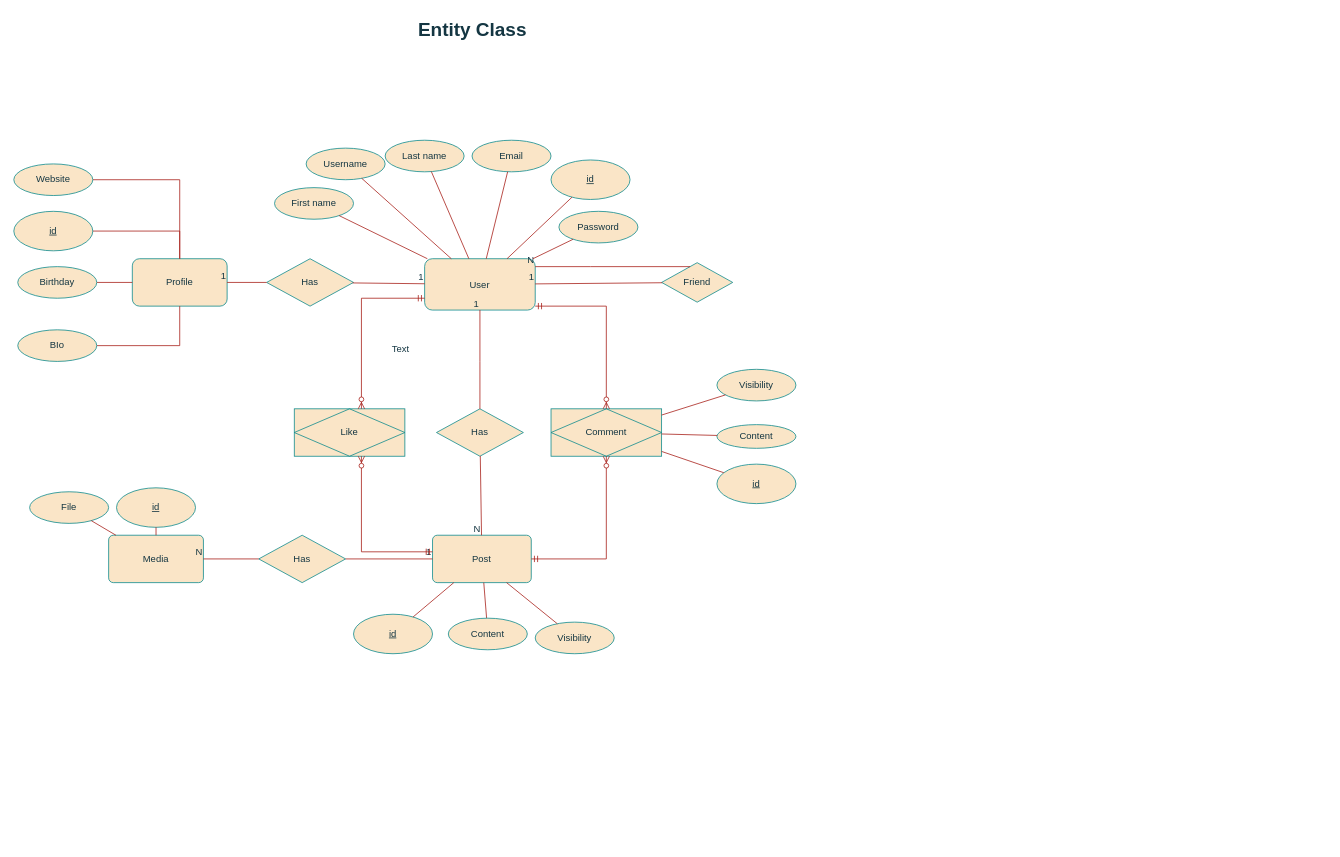
Earlier version of the draw.io diagram SocialMedia.drawio (TranThanhHoang123/SocialMedia). Source tidied: cells renumbered, new cells numbered last; positions are measured from the earlier drawing's top-left corner, leaving out a move shared by most shapes. Both pictures are drawn from the tidied source at 79%, with x=0, y=0 at pixel (13, 13).
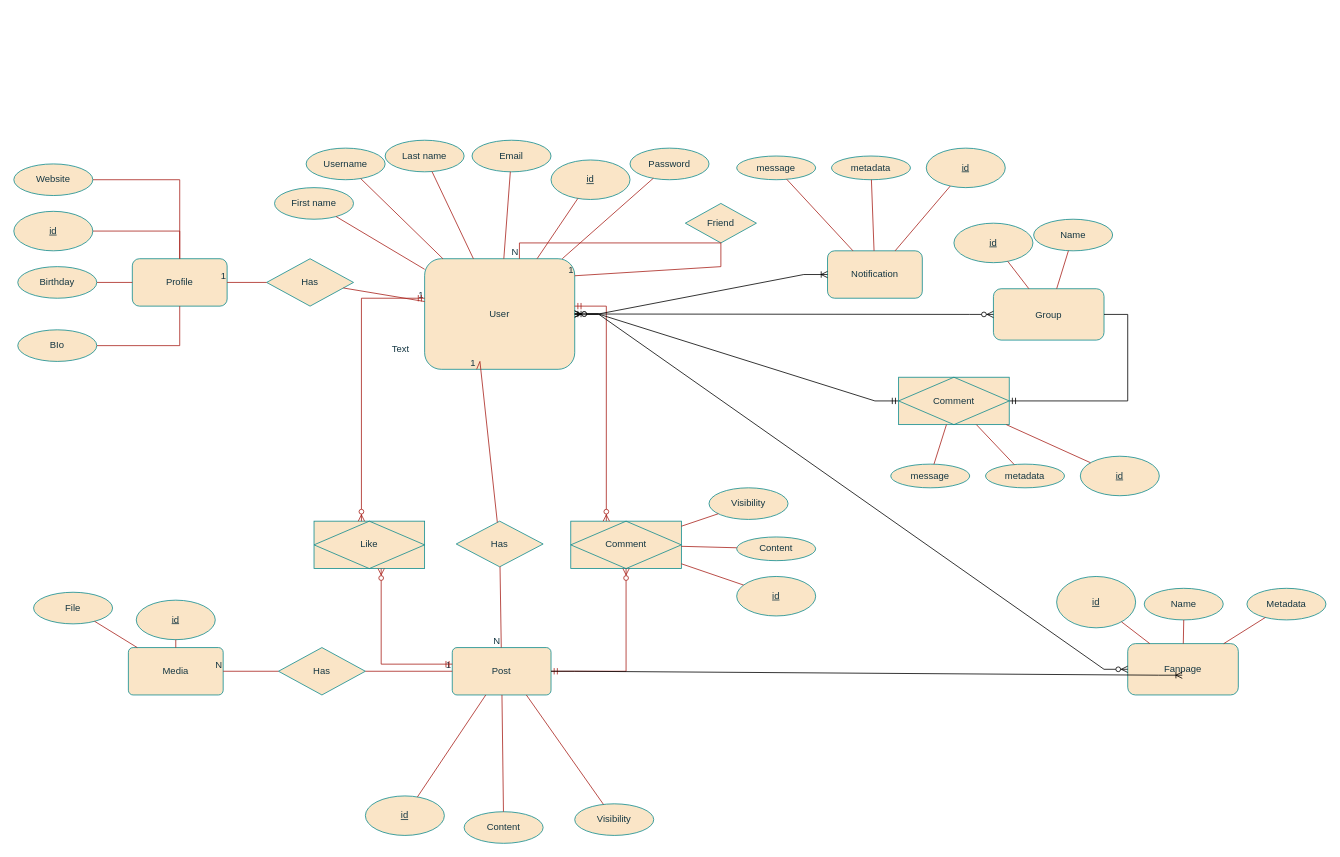
Above is the later version.

Diff of the diagram source:
```diff
@@
     <mxCell id="2" value="User" style="rounded=1;whiteSpace=wrap;html=1;labelBackgroundColor=none;fillColor=#FAE5C7;strokeColor=#0F8B8D;fontColor=#143642;" parent="1" vertex="1">
-      <mxGeometry x="520" y="310" width="140" height="65" as="geometry" />
+      <mxGeometry x="520" y="310" width="190" height="140" as="geometry" />
     </mxCell>
@@
     <mxCell id="5" value="Post" style="rounded=1;arcSize=10;whiteSpace=wrap;html=1;align=center;labelBackgroundColor=none;fillColor=#FAE5C7;strokeColor=#0F8B8D;fontColor=#143642;" parent="1" vertex="1">
-      <mxGeometry x="530" y="660" width="125" height="60" as="geometry" />
+      <mxGeometry x="555" y="802.2" width="125" height="60" as="geometry" />
     </mxCell>
     <mxCell id="6" value="Has" style="shape=rhombus;perimeter=rhombusPerimeter;whiteSpace=wrap;html=1;align=center;strokeWidth=1;labelBackgroundColor=none;fillColor=#FAE5C7;strokeColor=#0F8B8D;fontColor=#143642;" parent="1" vertex="1">
-      <mxGeometry x="535" y="500" width="110" height="60" as="geometry" />
+      <mxGeometry x="560" y="642.2" width="110" height="57.8" as="geometry" />
     </mxCell>
@@
     <mxCell id="25" value="Friend" style="shape=rhombus;perimeter=rhombusPerimeter;whiteSpace=wrap;html=1;align=center;strokeWidth=1;labelBackgroundColor=none;fillColor=#FAE5C7;strokeColor=#0F8B8D;fontColor=#143642;" parent="1" vertex="1">
-      <mxGeometry x="820" y="315" width="90" height="50" as="geometry" />
+      <mxGeometry x="850" y="240" width="90" height="50" as="geometry" />
     </mxCell>
-    <mxCell id="26" style="endArrow=none;html=1;rounded=0;labelBackgroundColor=none;strokeColor=#A8201A;fontColor=default;" parent="1" edge="1" source="25" target="2">
-      <mxGeometry relative="1" as="geometry" />
+    <mxCell id="26" style="endArrow=none;html=1;rounded=0;labelBackgroundColor=none;strokeColor=#A8201A;fontColor=default;entryX=1;entryY=0.154;entryDx=0;entryDy=0;entryPerimeter=0;" parent="1" edge="1" source="25" target="2">
+      <mxGeometry relative="1" as="geometry">
+        <Array as="points">
+          <mxPoint x="895" y="320" />
+        </Array>
+      </mxGeometry>
     </mxCell>
@@
     <mxCell id="28" style="endArrow=none;html=1;rounded=0;labelBackgroundColor=none;strokeColor=#A8201A;fontColor=default;edgeStyle=elbowEdgeStyle;" parent="1" edge="1" source="25" target="2">
       <mxGeometry relative="1" as="geometry">
         <Array as="points">
-          <mxPoint x="730" y="320" />
+          <mxPoint x="640" y="290" />
         </Array>
       </mxGeometry>
     </mxCell>
@@
     <mxCell id="35" value="Password" style="ellipse;whiteSpace=wrap;html=1;align=center;labelBackgroundColor=none;fillColor=#FAE5C7;strokeColor=#0F8B8D;fontColor=#143642;" parent="1" vertex="1">
-      <mxGeometry x="690" y="250" width="100" height="40" as="geometry" />
+      <mxGeometry x="780" y="170" width="100" height="40" as="geometry" />
     </mxCell>
@@
     <mxCell id="42" value="id" style="ellipse;whiteSpace=wrap;html=1;align=center;fontStyle=4;labelBackgroundColor=none;fillColor=#FAE5C7;strokeColor=#0F8B8D;fontColor=#143642;" parent="1" vertex="1">
-      <mxGeometry x="430" y="760" width="100" height="50" as="geometry" />
+      <mxGeometry x="445" y="990" width="100" height="50" as="geometry" />
     </mxCell>
@@
-    <mxCell id="44" style="endArrow=none;html=1;rounded=0;strokeColor=#A8201A;fontColor=#143642;fillColor=#FAE5C7;" parent="1" edge="1" source="45" target="5">
-      <mxGeometry relative="1" as="geometry" />
-    </mxCell>
     <mxCell id="45" value="Content" style="ellipse;whiteSpace=wrap;html=1;align=center;labelBackgroundColor=none;fillColor=#FAE5C7;strokeColor=#0F8B8D;fontColor=#143642;" parent="1" vertex="1">
-      <mxGeometry x="550" y="765" width="100" height="40" as="geometry" />
+      <mxGeometry x="570" y="1010" width="100" height="40" as="geometry" />
     </mxCell>
     <mxCell id="46" value="Visibility" style="ellipse;whiteSpace=wrap;html=1;align=center;labelBackgroundColor=none;fillColor=#FAE5C7;strokeColor=#0F8B8D;fontColor=#143642;" parent="1" vertex="1">
-      <mxGeometry x="660" y="770" width="100" height="40" as="geometry" />
+      <mxGeometry x="710" y="1000" width="100" height="40" as="geometry" />
     </mxCell>
     <mxCell id="47" value="Media" style="rounded=1;arcSize=10;whiteSpace=wrap;html=1;align=center;strokeColor=#0F8B8D;fontColor=#143642;fillColor=#FAE5C7;" parent="1" vertex="1">
-      <mxGeometry x="120" y="660" width="120" height="60" as="geometry" />
+      <mxGeometry x="145" y="802.2" width="120" height="60" as="geometry" />
     </mxCell>
     <mxCell id="48" value="Has" style="shape=rhombus;perimeter=rhombusPerimeter;whiteSpace=wrap;html=1;align=center;strokeWidth=1;labelBackgroundColor=none;fillColor=#FAE5C7;strokeColor=#0F8B8D;fontColor=#143642;" parent="1" vertex="1">
-      <mxGeometry x="310" y="660" width="110" height="60" as="geometry" />
+      <mxGeometry x="335" y="802.2" width="110" height="60" as="geometry" />
     </mxCell>
@@
     <mxCell id="53" value="File" style="ellipse;whiteSpace=wrap;html=1;align=center;strokeColor=#0F8B8D;fontColor=#143642;fillColor=#FAE5C7;" parent="1" vertex="1">
-      <mxGeometry x="20" y="605" width="100" height="40" as="geometry" />
+      <mxGeometry x="25" y="732.2" width="100" height="40" as="geometry" />
     </mxCell>
@@
     <mxCell id="55" value="id" style="ellipse;whiteSpace=wrap;html=1;align=center;fontStyle=4;labelBackgroundColor=none;fillColor=#FAE5C7;strokeColor=#0F8B8D;fontColor=#143642;" parent="1" vertex="1">
-      <mxGeometry x="130" y="600" width="100" height="50" as="geometry" />
+      <mxGeometry x="155" y="742.2" width="100" height="50" as="geometry" />
     </mxCell>
@@
     <mxCell id="58" value="Comment" style="shape=associativeEntity;whiteSpace=wrap;html=1;align=center;strokeColor=#0F8B8D;fontColor=#143642;fillColor=#FAE5C7;" parent="1" vertex="1">
-      <mxGeometry x="680" y="500" width="140" height="60" as="geometry" />
+      <mxGeometry x="705" y="642.2" width="140" height="60" as="geometry" />
     </mxCell>
@@
     <mxCell id="61" value="Visibility" style="ellipse;whiteSpace=wrap;html=1;align=center;labelBackgroundColor=none;fillColor=#FAE5C7;strokeColor=#0F8B8D;fontColor=#143642;" parent="1" vertex="1">
-      <mxGeometry x="890" y="450" width="100" height="40" as="geometry" />
+      <mxGeometry x="880" y="600" width="100" height="40" as="geometry" />
     </mxCell>
     <mxCell id="62" value="Content" style="ellipse;whiteSpace=wrap;html=1;align=center;labelBackgroundColor=none;fillColor=#FAE5C7;strokeColor=#0F8B8D;fontColor=#143642;" parent="1" vertex="1">
-      <mxGeometry x="890" y="520" width="100" height="30" as="geometry" />
+      <mxGeometry x="915" y="662.2" width="100" height="30" as="geometry" />
     </mxCell>
     <mxCell id="63" value="id" style="ellipse;whiteSpace=wrap;html=1;align=center;fontStyle=4;labelBackgroundColor=none;fillColor=#FAE5C7;strokeColor=#0F8B8D;fontColor=#143642;" parent="1" vertex="1">
-      <mxGeometry x="890" y="570" width="100" height="50" as="geometry" />
+      <mxGeometry x="915" y="712.2" width="100" height="50" as="geometry" />
     </mxCell>
@@
     <mxCell id="68" value="Like" style="shape=associativeEntity;whiteSpace=wrap;html=1;align=center;strokeColor=#0F8B8D;fontColor=#143642;fillColor=#FAE5C7;" parent="1" vertex="1">
-      <mxGeometry x="355" y="500" width="140" height="60" as="geometry" />
+      <mxGeometry x="380" y="642.2" width="140" height="60" as="geometry" />
     </mxCell>
@@
     <mxCell id="70" style="edgeStyle=orthogonalEdgeStyle;fontSize=12;html=1;endArrow=ERzeroToMany;startArrow=ERmandOne;rounded=0;strokeColor=#A8201A;fontColor=#143642;fillColor=#FAE5C7;" parent="1" edge="1" source="5" target="68">
       <mxGeometry relative="1" as="geometry">
         <Array as="points">
-          <mxPoint x="440" y="681" />
+          <mxPoint x="465" y="823.2" />
         </Array>
       </mxGeometry>
     </mxCell>
@@
-    <mxCell id="72" value="&lt;h1 style=&quot;margin-top: 0px;&quot;&gt;Entity Class&lt;/h1&gt;" style="text;html=1;whiteSpace=wrap;overflow=hidden;rounded=0;fontColor=#143642;" parent="1" vertex="1">
-      <mxGeometry x="510" width="180" height="120" as="geometry" />
-    </mxCell>
+    <mxCell id="73" value="Group" style="rounded=1;whiteSpace=wrap;html=1;labelBackgroundColor=none;fillColor=#FAE5C7;strokeColor=#0F8B8D;fontColor=#143642;" parent="1" vertex="1">
+      <mxGeometry x="1240" y="348" width="140" height="65" as="geometry" />
+    </mxCell>
+    <mxCell id="74" style="edgeStyle=entityRelationEdgeStyle;fontSize=12;html=1;endArrow=ERzeroToMany;endFill=1;startArrow=ERzeroToMany;rounded=0;" parent="1" edge="1" source="2" target="73">
+      <mxGeometry relative="1" as="geometry" />
+    </mxCell>
+    <mxCell id="75" value="Name" style="ellipse;whiteSpace=wrap;html=1;align=center;labelBackgroundColor=none;fillColor=#FAE5C7;strokeColor=#0F8B8D;fontColor=#143642;" parent="1" vertex="1">
+      <mxGeometry x="1290.9" y="260" width="100" height="40" as="geometry" />
+    </mxCell>
+    <mxCell id="76" value="id" style="ellipse;whiteSpace=wrap;html=1;align=center;fontStyle=4;labelBackgroundColor=none;fillColor=#FAE5C7;strokeColor=#0F8B8D;fontColor=#143642;" parent="1" vertex="1">
+      <mxGeometry x="1190" y="265" width="100" height="50" as="geometry" />
+    </mxCell>
+    <mxCell id="77" style="endArrow=none;html=1;rounded=0;strokeColor=#A8201A;fontColor=#143642;fillColor=#FAE5C7;" parent="1" edge="1" source="73" target="76">
+      <mxGeometry relative="1" as="geometry" />
+    </mxCell>
+    <mxCell id="78" style="endArrow=none;html=1;rounded=0;strokeColor=#A8201A;fontColor=#143642;fillColor=#FAE5C7;" parent="1" edge="1" source="73" target="75">
+      <mxGeometry relative="1" as="geometry" />
+    </mxCell>
+    <mxCell id="79" value="Fanpage" style="rounded=1;whiteSpace=wrap;html=1;labelBackgroundColor=none;fillColor=#FAE5C7;strokeColor=#0F8B8D;fontColor=#143642;" parent="1" vertex="1">
+      <mxGeometry x="1410" y="797.2" width="140" height="65" as="geometry" />
+    </mxCell>
+    <mxCell id="80" style="edgeStyle=entityRelationEdgeStyle;fontSize=12;html=1;endArrow=ERzeroToMany;endFill=1;startArrow=ERzeroToMany;rounded=0;" parent="1" edge="1" source="2" target="79">
+      <mxGeometry relative="1" as="geometry">
+        <Array as="points">
+          <mxPoint x="610" y="400" />
+          <mxPoint x="920" y="510" />
+          <mxPoint x="690" y="533" />
+        </Array>
+      </mxGeometry>
+    </mxCell>
+    <mxCell id="81" style="endArrow=none;html=1;rounded=0;strokeColor=#A8201A;fontColor=#143642;fillColor=#FAE5C7;" parent="1" edge="1" source="5" target="45">
+      <mxGeometry relative="1" as="geometry" />
+    </mxCell>
+    <mxCell id="82" value="Metadata" style="ellipse;whiteSpace=wrap;html=1;align=center;labelBackgroundColor=none;fillColor=#FAE5C7;strokeColor=#0F8B8D;fontColor=#143642;" parent="1" vertex="1">
+      <mxGeometry x="1560.9" y="727.2" width="100" height="40" as="geometry" />
+    </mxCell>
+    <mxCell id="83" style="endArrow=none;html=1;rounded=0;strokeColor=#A8201A;fontColor=#143642;fillColor=#FAE5C7;" parent="1" edge="1" source="82" target="79">
+      <mxGeometry relative="1" as="geometry" />
+    </mxCell>
+    <mxCell id="84" value="Name" style="ellipse;whiteSpace=wrap;html=1;align=center;labelBackgroundColor=none;fillColor=#FAE5C7;strokeColor=#0F8B8D;fontColor=#143642;" parent="1" vertex="1">
+      <mxGeometry x="1430.9" y="727.2" width="100" height="40" as="geometry" />
+    </mxCell>
+    <mxCell id="85" value="id" style="ellipse;whiteSpace=wrap;html=1;align=center;fontStyle=4;labelBackgroundColor=none;fillColor=#FAE5C7;strokeColor=#0F8B8D;fontColor=#143642;" parent="1" vertex="1">
+      <mxGeometry x="1320" y="712.2" width="100" height="65" as="geometry" />
+    </mxCell>
+    <mxCell id="86" style="endArrow=none;html=1;rounded=0;strokeColor=#A8201A;fontColor=#143642;fillColor=#FAE5C7;" parent="1" edge="1" source="84" target="79">
+      <mxGeometry relative="1" as="geometry" />
+    </mxCell>
+    <mxCell id="87" style="endArrow=none;html=1;rounded=0;strokeColor=#A8201A;fontColor=#143642;fillColor=#FAE5C7;" parent="1" edge="1" source="85" target="79">
+      <mxGeometry relative="1" as="geometry" />
+    </mxCell>
+    <mxCell id="88" style="edgeStyle=entityRelationEdgeStyle;fontSize=12;html=1;endArrow=ERoneToMany;rounded=0;entryX=0.493;entryY=0.615;entryDx=0;entryDy=0;entryPerimeter=0;" parent="1" edge="1" source="5" target="79">
+      <mxGeometry relative="1" as="geometry">
+        <Array as="points">
+          <mxPoint x="1180" y="850" />
+          <mxPoint x="1169" y="880" />
+          <mxPoint x="1139" y="860" />
+        </Array>
+      </mxGeometry>
+    </mxCell>
+    <mxCell id="89" style="edgeStyle=entityRelationEdgeStyle;fontSize=12;html=1;endArrow=ERmandOne;startArrow=ERmandOne;rounded=0;" parent="1" edge="1" source="2" target="91">
+      <mxGeometry relative="1" as="geometry">
+        <Array as="points">
+          <mxPoint x="880" y="540" />
+        </Array>
+      </mxGeometry>
+    </mxCell>
+    <mxCell id="90" style="edgeStyle=entityRelationEdgeStyle;fontSize=12;html=1;endArrow=ERmandOne;rounded=0;" parent="1" edge="1" source="73" target="91">
+      <mxGeometry relative="1" as="geometry">
+        <Array as="points">
+          <mxPoint x="1260" y="473" />
+          <mxPoint x="1280" y="480" />
+        </Array>
+      </mxGeometry>
+    </mxCell>
+    <mxCell id="91" value="Comment" style="shape=associativeEntity;whiteSpace=wrap;html=1;align=center;strokeColor=#0F8B8D;fontColor=#143642;fillColor=#FAE5C7;" parent="1" vertex="1">
+      <mxGeometry x="1120" y="460" width="140" height="60" as="geometry" />
+    </mxCell>
+    <mxCell id="92" value="id" style="ellipse;whiteSpace=wrap;html=1;align=center;fontStyle=4;labelBackgroundColor=none;fillColor=#FAE5C7;strokeColor=#0F8B8D;fontColor=#143642;" parent="1" vertex="1">
+      <mxGeometry x="1350" y="560" width="100" height="50" as="geometry" />
+    </mxCell>
+    <mxCell id="93" value="metadata" style="ellipse;whiteSpace=wrap;html=1;align=center;labelBackgroundColor=none;fillColor=#FAE5C7;strokeColor=#0F8B8D;fontColor=#143642;" parent="1" vertex="1">
+      <mxGeometry x="1230" y="570" width="100" height="30" as="geometry" />
+    </mxCell>
+    <mxCell id="94" style="endArrow=none;html=1;rounded=0;strokeColor=#A8201A;fontColor=#143642;fillColor=#FAE5C7;" parent="1" edge="1" source="91" target="93">
+      <mxGeometry relative="1" as="geometry" />
+    </mxCell>
+    <mxCell id="95" style="endArrow=none;html=1;rounded=0;strokeColor=#A8201A;fontColor=#143642;fillColor=#FAE5C7;" parent="1" edge="1" source="91" target="92">
+      <mxGeometry relative="1" as="geometry" />
+    </mxCell>
+    <mxCell id="96" value="message" style="ellipse;whiteSpace=wrap;html=1;align=center;labelBackgroundColor=none;fillColor=#FAE5C7;strokeColor=#0F8B8D;fontColor=#143642;" parent="1" vertex="1">
+      <mxGeometry x="1110" y="570" width="100" height="30" as="geometry" />
+    </mxCell>
+    <mxCell id="97" style="endArrow=none;html=1;rounded=0;strokeColor=#A8201A;fontColor=#143642;fillColor=#FAE5C7;" parent="1" edge="1" source="91" target="96">
+      <mxGeometry relative="1" as="geometry" />
+    </mxCell>
+    <mxCell id="98" value="Notification" style="rounded=1;whiteSpace=wrap;html=1;labelBackgroundColor=none;fillColor=#FAE5C7;strokeColor=#0F8B8D;fontColor=#143642;" parent="1" vertex="1">
+      <mxGeometry x="1030" y="300" width="120" height="60" as="geometry" />
+    </mxCell>
+    <mxCell id="99" value="id" style="ellipse;whiteSpace=wrap;html=1;align=center;fontStyle=4;labelBackgroundColor=none;fillColor=#FAE5C7;strokeColor=#0F8B8D;fontColor=#143642;" parent="1" vertex="1">
+      <mxGeometry x="1155" y="170" width="100" height="50" as="geometry" />
+    </mxCell>
+    <mxCell id="100" value="metadata" style="ellipse;whiteSpace=wrap;html=1;align=center;labelBackgroundColor=none;fillColor=#FAE5C7;strokeColor=#0F8B8D;fontColor=#143642;" parent="1" vertex="1">
+      <mxGeometry x="1035" y="180" width="100" height="30" as="geometry" />
+    </mxCell>
+    <mxCell id="101" value="message" style="ellipse;whiteSpace=wrap;html=1;align=center;labelBackgroundColor=none;fillColor=#FAE5C7;strokeColor=#0F8B8D;fontColor=#143642;" parent="1" vertex="1">
+      <mxGeometry x="915" y="180" width="100" height="30" as="geometry" />
+    </mxCell>
+    <mxCell id="102" style="endArrow=none;html=1;rounded=0;strokeColor=#A8201A;fontColor=#143642;fillColor=#FAE5C7;" parent="1" edge="1" source="98" target="101">
+      <mxGeometry relative="1" as="geometry" />
+    </mxCell>
+    <mxCell id="103" style="endArrow=none;html=1;rounded=0;strokeColor=#A8201A;fontColor=#143642;fillColor=#FAE5C7;" parent="1" edge="1" source="98" target="100">
+      <mxGeometry relative="1" as="geometry" />
+    </mxCell>
+    <mxCell id="104" style="endArrow=none;html=1;rounded=0;strokeColor=#A8201A;fontColor=#143642;fillColor=#FAE5C7;" parent="1" edge="1" source="98" target="99">
+      <mxGeometry relative="1" as="geometry" />
+    </mxCell>
+    <mxCell id="105" style="edgeStyle=entityRelationEdgeStyle;fontSize=12;html=1;endArrow=ERoneToMany;rounded=0;" parent="1" edge="1" source="2" target="98">
+      <mxGeometry relative="1" as="geometry" />
+    </mxCell>
```
